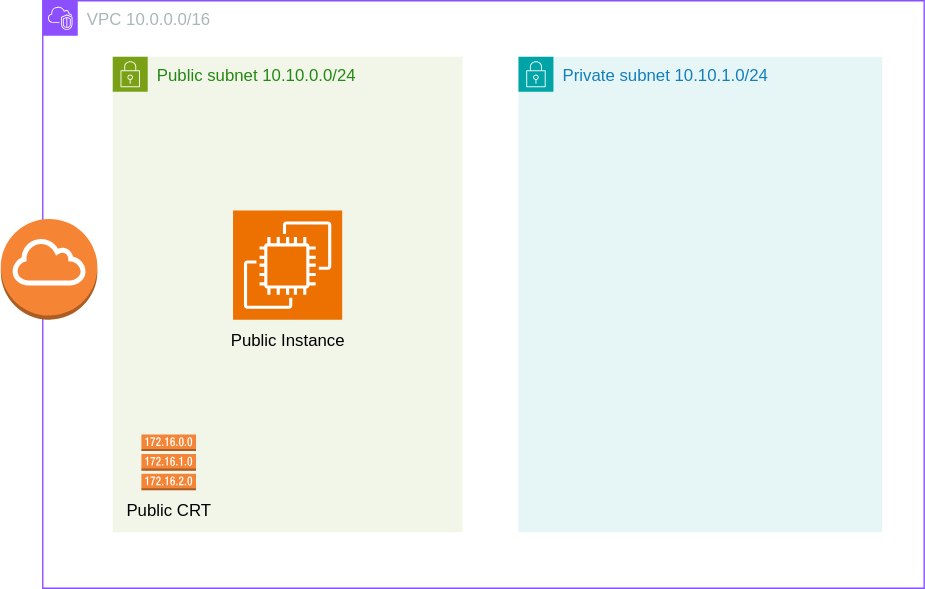
Before: Diagrama Infraestructura/Diagrama Curso Terraform Udemy.drawio.svg, a diagram exported from draw.io (Rober160/CourseTerraformVitaly). Source tidied: cells renumbered, new cells last; positions are measured from the earlier drawing's top-left corner, leaving out a move shared by most shapes.
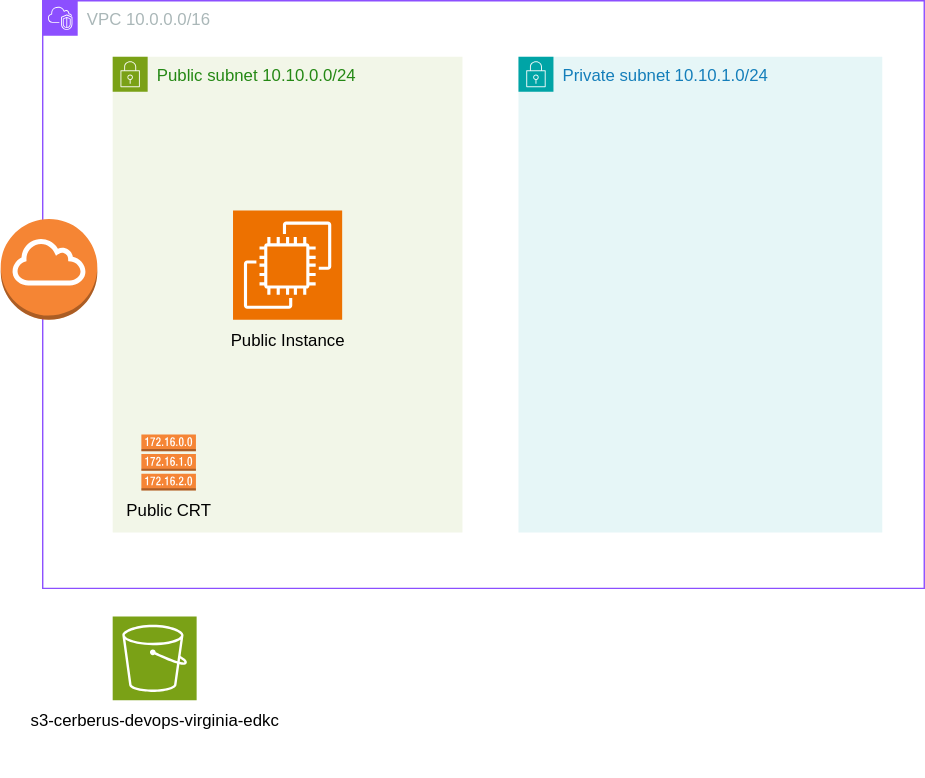
Above is the later version.

The edit, as a diff of the source:
```diff
@@ -26,5 +26,14 @@
     <mxCell id="9" value="Public CRT" style="text;html=1;align=center;verticalAlign=middle;strokeColor=none;fillColor=none;" parent="5" vertex="1">
       <mxGeometry y="310" width="80" height="30" as="geometry" />
     </mxCell>
+    <mxCell id="10" style="sketch=0;fontColor=#232F3E;fillColor=#7AA116;strokeColor=#ffffff;dashed=0;verticalLabelPosition=bottom;verticalAlign=top;align=center;html=1;fontSize=12;fontStyle=0;shape=mxgraph.aws4.resourceIcon;resIcon=mxgraph.aws4.s3;" parent="1" vertex="1">
+      <mxGeometry x="80" y="440" width="60" height="60" as="geometry" />
+    </mxCell>
+    <mxCell id="11" value="&lt;br&gt;&lt;div&gt;&lt;br&gt;&lt;/div&gt;" style="text;html=1;align=center;verticalAlign=middle;strokeColor=none;fillColor=none;" parent="1" vertex="1">
+      <mxGeometry x="100" y="515" width="20" height="40" as="geometry" />
+    </mxCell>
+    <mxCell id="12" value="s3-cerberus-devops-virginia-edkc" style="text;html=1;align=center;verticalAlign=middle;strokeColor=none;fillColor=none;" parent="1" vertex="1">
+      <mxGeometry x="10" y="500" width="200" height="30" as="geometry" />
+    </mxCell>
   </root>
 </mxGraphModel>
```
